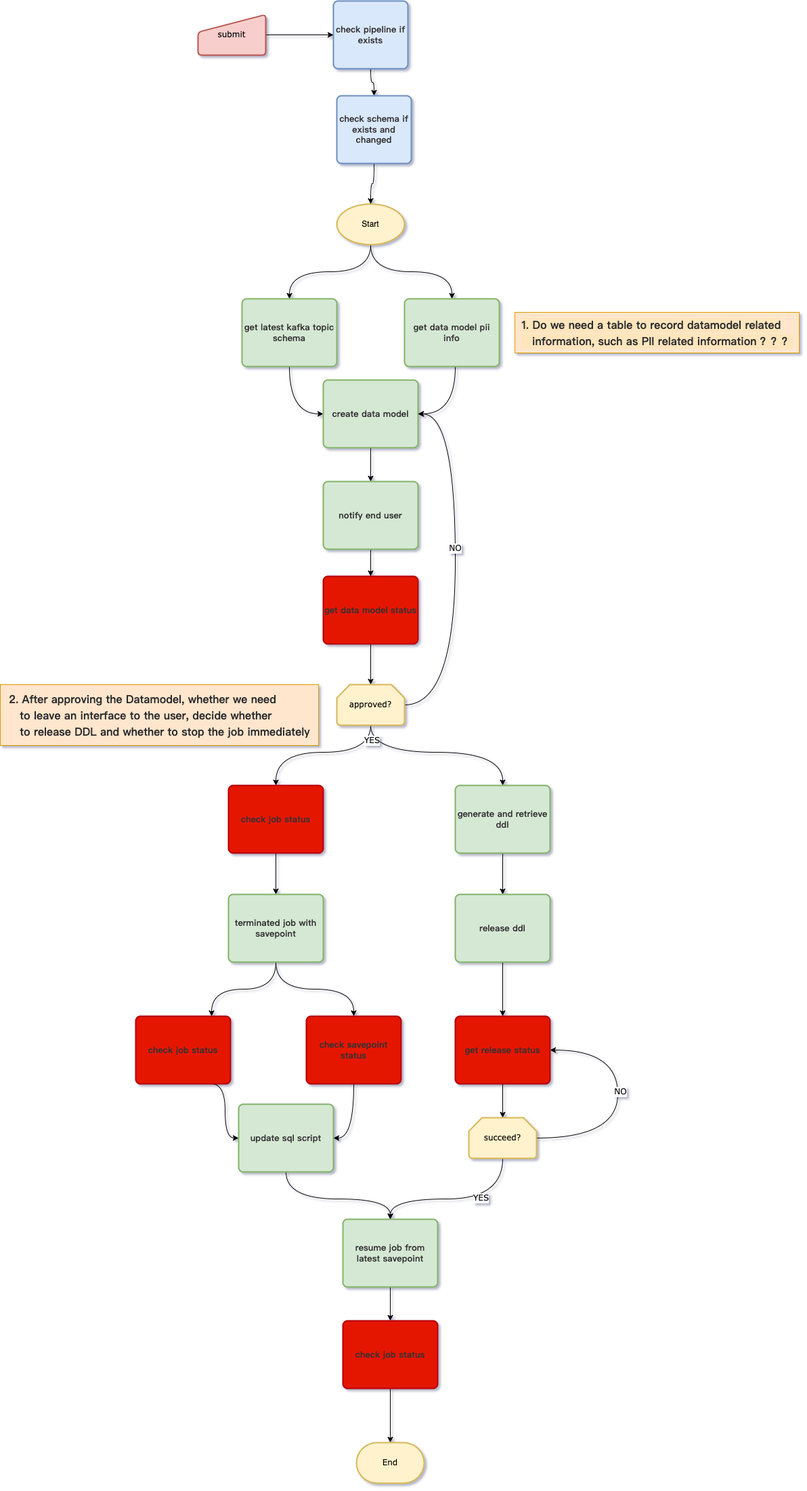
Above: streaming-automation/update_schema_workflow.drawio.png in Lakers-repo/diagram (draw.io), before the change. Source tidied: cells renumbered, new cells last; positions are measured from the earlier drawing's top-left corner, leaving out a move shared by most shapes.
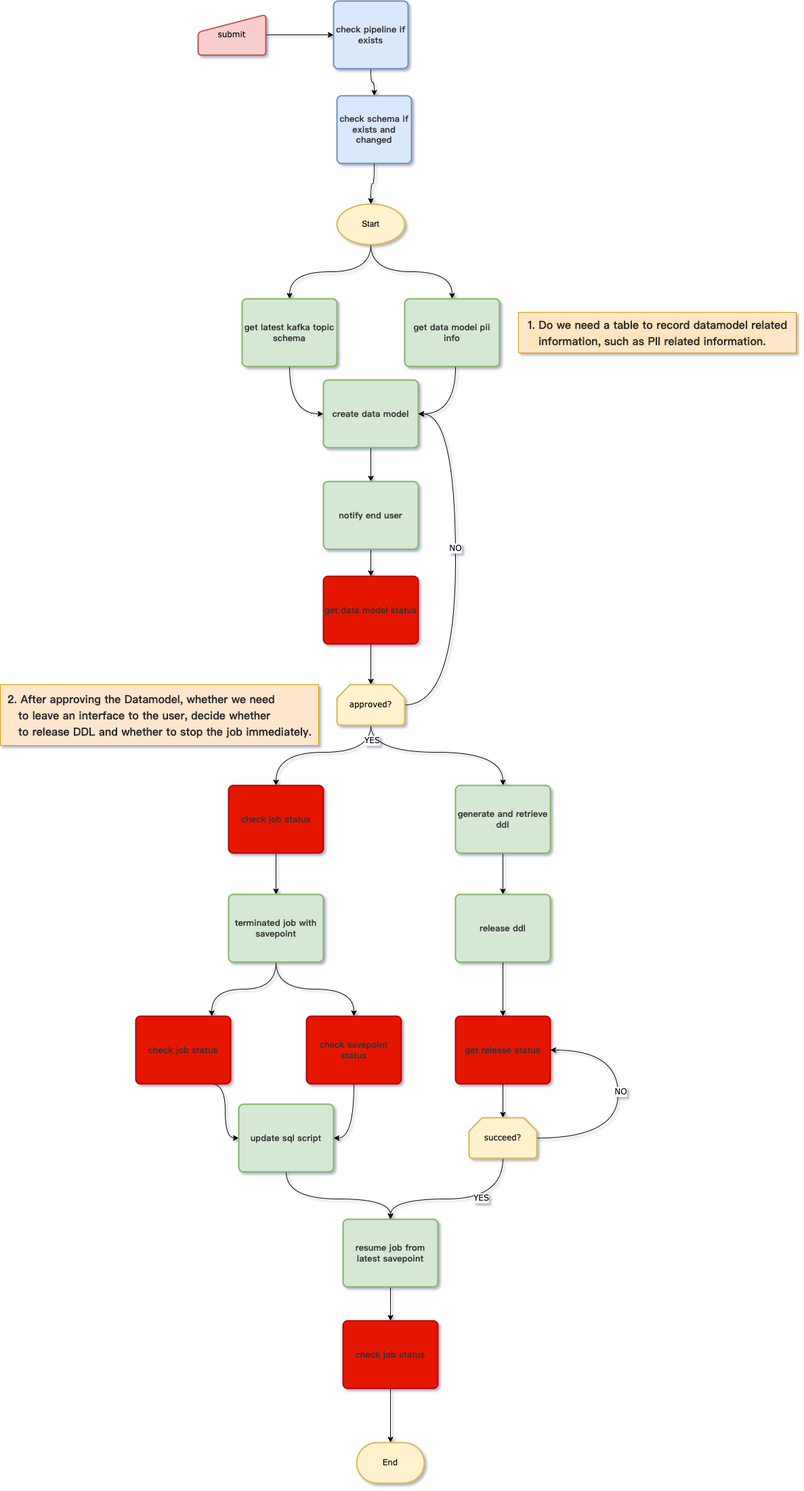
Above is the later version.

Diff of the diagram source:
```diff
@@ -202,10 +202,10 @@
     <mxCell id="53" value="End" style="strokeWidth=2;html=1;shape=mxgraph.flowchart.terminator;whiteSpace=wrap;fontFamily=Verdana;fillColor=#fff2cc;strokeColor=#d6b656;rounded=1;" parent="1" vertex="1">
       <mxGeometry x="526" y="2130" width="100" height="60" as="geometry" />
     </mxCell>
-    <mxCell id="54" value="&lt;p style=&quot;text-align: left; box-sizing: border-box; margin: 0px; padding: 0px; color: rgb(42, 43, 46); font-size: 16px; line-height: 24px; caret-color: rgb(42, 43, 46); font-family: &amp;quot;PingFang SC&amp;quot;, &amp;quot;Microsoft YaHei&amp;quot;, 微软雅黑, 宋体, &amp;quot;Malgun Gothic&amp;quot;, sans-serif; text-size-adjust: auto;&quot; class=&quot;tgt color_text_1 un-step-trans&quot;&gt;&lt;span style=&quot;box-sizing: border-box; background-color: rgba(255, 228, 181, 0.7); line-height: 24px; display: inline;&quot; class=&quot;tgt color_text_1 highlight&quot;&gt;&lt;b&gt;1. Do we need a table to record datamodel related&lt;/b&gt;&lt;/span&gt;&lt;/p&gt;&lt;p style=&quot;text-align: left; box-sizing: border-box; margin: 0px; padding: 0px; color: rgb(42, 43, 46); font-size: 16px; line-height: 24px; caret-color: rgb(42, 43, 46); font-family: &amp;quot;PingFang SC&amp;quot;, &amp;quot;Microsoft YaHei&amp;quot;, 微软雅黑, 宋体, &amp;quot;Malgun Gothic&amp;quot;, sans-serif; text-size-adjust: auto;&quot; class=&quot;tgt color_text_1 un-step-trans&quot;&gt;&lt;span style=&quot;box-sizing: border-box; background-color: rgba(255, 228, 181, 0.7); line-height: 24px; display: inline;&quot; class=&quot;tgt color_text_1 highlight&quot;&gt;&lt;b&gt;&amp;nbsp; &amp;nbsp;information, such as PII related information ？？？&lt;/b&gt;&lt;/span&gt;&lt;/p&gt;" style="text;html=1;align=center;verticalAlign=middle;fillColor=#ffe6cc;strokeColor=#d79b00;rounded=0;fillStyle=auto;" parent="1" vertex="1">
-      <mxGeometry x="760" y="460" width="420" height="60" as="geometry" />
+    <mxCell id="54" value="&lt;p style=&quot;text-align: left; box-sizing: border-box; margin: 0px; padding: 0px; color: rgb(42, 43, 46); font-size: 16px; line-height: 24px; caret-color: rgb(42, 43, 46); font-family: &amp;quot;PingFang SC&amp;quot;, &amp;quot;Microsoft YaHei&amp;quot;, 微软雅黑, 宋体, &amp;quot;Malgun Gothic&amp;quot;, sans-serif; text-size-adjust: auto;&quot; class=&quot;tgt color_text_1 un-step-trans&quot;&gt;&lt;span style=&quot;box-sizing: border-box; background-color: rgba(255, 228, 181, 0.7); line-height: 24px; display: inline;&quot; class=&quot;tgt color_text_1 highlight&quot;&gt;&lt;b&gt;1. Do we need a table to record datamodel related&lt;/b&gt;&lt;/span&gt;&lt;/p&gt;&lt;p style=&quot;text-align: left; box-sizing: border-box; margin: 0px; padding: 0px; color: rgb(42, 43, 46); font-size: 16px; line-height: 24px; caret-color: rgb(42, 43, 46); font-family: &amp;quot;PingFang SC&amp;quot;, &amp;quot;Microsoft YaHei&amp;quot;, 微软雅黑, 宋体, &amp;quot;Malgun Gothic&amp;quot;, sans-serif; text-size-adjust: auto;&quot; class=&quot;tgt color_text_1 un-step-trans&quot;&gt;&lt;span style=&quot;box-sizing: border-box; background-color: rgba(255, 228, 181, 0.7); line-height: 24px; display: inline;&quot; class=&quot;tgt color_text_1 highlight&quot;&gt;&lt;b&gt;&amp;nbsp; &amp;nbsp;information, such as PII related information.&lt;/b&gt;&lt;/span&gt;&lt;/p&gt;" style="text;html=1;align=center;verticalAlign=middle;fillColor=#ffe6cc;strokeColor=#d79b00;rounded=0;fillStyle=auto;" parent="1" vertex="1">
+      <mxGeometry x="765" y="460" width="410" height="60" as="geometry" />
     </mxCell>
-    <mxCell id="55" value="&lt;p style=&quot;text-align: left; box-sizing: border-box; margin: 0px; padding: 0px; color: rgb(42, 43, 46); font-size: 16px; line-height: 24px; caret-color: rgb(42, 43, 46); font-family: &amp;quot;PingFang SC&amp;quot;, &amp;quot;Microsoft YaHei&amp;quot;, 微软雅黑, 宋体, &amp;quot;Malgun Gothic&amp;quot;, sans-serif; text-size-adjust: auto;&quot; class=&quot;tgt color_text_1 un-step-trans&quot;&gt;&lt;span style=&quot;box-sizing: border-box; line-height: 24px; display: inline;&quot; class=&quot;tgt color_text_1&quot;&gt;&lt;b&gt;2. After approving the Datamodel, whether we need&amp;nbsp;&lt;/b&gt;&lt;/span&gt;&lt;/p&gt;&lt;p style=&quot;text-align: left; box-sizing: border-box; margin: 0px; padding: 0px; color: rgb(42, 43, 46); font-size: 16px; line-height: 24px; caret-color: rgb(42, 43, 46); font-family: &amp;quot;PingFang SC&amp;quot;, &amp;quot;Microsoft YaHei&amp;quot;, 微软雅黑, 宋体, &amp;quot;Malgun Gothic&amp;quot;, sans-serif; text-size-adjust: auto;&quot; class=&quot;tgt color_text_1 un-step-trans&quot;&gt;&lt;span style=&quot;box-sizing: border-box; line-height: 24px; display: inline;&quot; class=&quot;tgt color_text_1&quot;&gt;&lt;b&gt;&amp;nbsp; &amp;nbsp;to leave an interface to the user, decide whether&amp;nbsp;&lt;/b&gt;&lt;/span&gt;&lt;/p&gt;&lt;p style=&quot;text-align: left; box-sizing: border-box; margin: 0px; padding: 0px; color: rgb(42, 43, 46); font-size: 16px; line-height: 24px; caret-color: rgb(42, 43, 46); font-family: &amp;quot;PingFang SC&amp;quot;, &amp;quot;Microsoft YaHei&amp;quot;, 微软雅黑, 宋体, &amp;quot;Malgun Gothic&amp;quot;, sans-serif; text-size-adjust: auto;&quot; class=&quot;tgt color_text_1 un-step-trans&quot;&gt;&lt;span style=&quot;box-sizing: border-box; line-height: 24px; display: inline;&quot; class=&quot;tgt color_text_1&quot;&gt;&lt;b&gt;&amp;nbsp; &amp;nbsp;to release DDL and whether to stop the job immediately&lt;/b&gt;&lt;/span&gt;&lt;/p&gt;" style="text;html=1;align=center;verticalAlign=middle;fillColor=#ffe6cc;strokeColor=#d79b00;rounded=0;" parent="1" vertex="1">
+    <mxCell id="55" value="&lt;p style=&quot;text-align: left; box-sizing: border-box; margin: 0px; padding: 0px; color: rgb(42, 43, 46); font-size: 16px; line-height: 24px; caret-color: rgb(42, 43, 46); font-family: &amp;quot;PingFang SC&amp;quot;, &amp;quot;Microsoft YaHei&amp;quot;, 微软雅黑, 宋体, &amp;quot;Malgun Gothic&amp;quot;, sans-serif; text-size-adjust: auto;&quot; class=&quot;tgt color_text_1 un-step-trans&quot;&gt;&lt;span style=&quot;box-sizing: border-box; line-height: 24px; display: inline;&quot; class=&quot;tgt color_text_1&quot;&gt;&lt;b&gt;2. After approving the Datamodel, whether we need&amp;nbsp;&lt;/b&gt;&lt;/span&gt;&lt;/p&gt;&lt;p style=&quot;text-align: left; box-sizing: border-box; margin: 0px; padding: 0px; color: rgb(42, 43, 46); font-size: 16px; line-height: 24px; caret-color: rgb(42, 43, 46); font-family: &amp;quot;PingFang SC&amp;quot;, &amp;quot;Microsoft YaHei&amp;quot;, 微软雅黑, 宋体, &amp;quot;Malgun Gothic&amp;quot;, sans-serif; text-size-adjust: auto;&quot; class=&quot;tgt color_text_1 un-step-trans&quot;&gt;&lt;span style=&quot;box-sizing: border-box; line-height: 24px; display: inline;&quot; class=&quot;tgt color_text_1&quot;&gt;&lt;b&gt;&amp;nbsp; &amp;nbsp;to leave an interface to the user, decide whether&amp;nbsp;&lt;/b&gt;&lt;/span&gt;&lt;/p&gt;&lt;p style=&quot;text-align: left; box-sizing: border-box; margin: 0px; padding: 0px; color: rgb(42, 43, 46); font-size: 16px; line-height: 24px; caret-color: rgb(42, 43, 46); font-family: &amp;quot;PingFang SC&amp;quot;, &amp;quot;Microsoft YaHei&amp;quot;, 微软雅黑, 宋体, &amp;quot;Malgun Gothic&amp;quot;, sans-serif; text-size-adjust: auto;&quot; class=&quot;tgt color_text_1 un-step-trans&quot;&gt;&lt;span style=&quot;box-sizing: border-box; line-height: 24px; display: inline;&quot; class=&quot;tgt color_text_1&quot;&gt;&lt;b&gt;&amp;nbsp; &amp;nbsp;to release DDL and whether to stop the job immediately.&lt;/b&gt;&lt;/span&gt;&lt;/p&gt;" style="text;html=1;align=center;verticalAlign=middle;fillColor=#ffe6cc;strokeColor=#d79b00;rounded=0;" parent="1" vertex="1">
       <mxGeometry y="1010" width="470" height="90" as="geometry" />
     </mxCell>
   </root>
```
